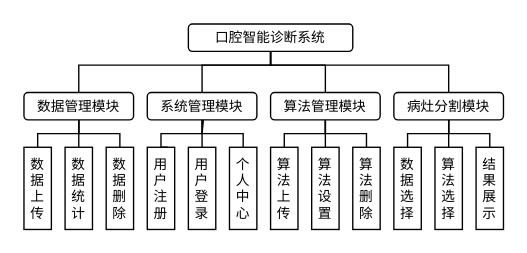
This is page "功能设计图" (2 of 2) of 第五章绘图.drawio from qjl988/drawio, a draw.io file, before an edit. Source tidied: cells renumbered, new cells numbered last; positions are measured from the earlier drawing's top-left corner, leaving out a move shared by most shapes. Both pictures are drawn from the tidied source at 137%, with x=0, y=0 at pixel (23, 23).
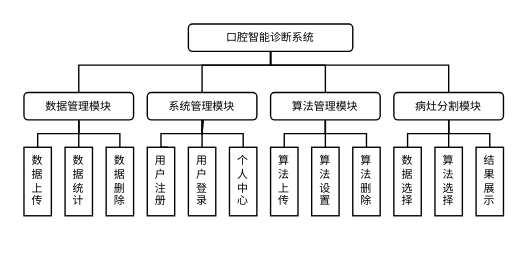
The same page after the edit.

Commit message:
更新第五章绘图.drawio

What changed in the source:
```diff
@@
-    <mxCell id="2" style="edgeStyle=orthogonalEdgeStyle;rounded=0;jettySize=auto;html=1;endArrow=none;endFill=0;fontSize=10;" parent="1" edge="1" source="6" target="8">
+    <mxCell id="2" style="edgeStyle=orthogonalEdgeStyle;rounded=0;jettySize=auto;html=1;endArrow=none;endFill=0;fontSize=8;" parent="1" edge="1" source="6" target="8">
       <mxGeometry relative="1" as="geometry">
         <Array as="points">
           <mxPoint x="180" y="30" />
           <mxPoint x="40" y="30" />
         </Array>
       </mxGeometry>
     </mxCell>
-    <mxCell id="3" style="edgeStyle=orthogonalEdgeStyle;rounded=0;jettySize=auto;html=1;entryX=0.5;entryY=0;entryDx=0;entryDy=0;endArrow=none;endFill=0;fontSize=10;" parent="1" edge="1" source="6" target="9">
+    <mxCell id="3" style="edgeStyle=orthogonalEdgeStyle;rounded=0;jettySize=auto;html=1;entryX=0.5;entryY=0;entryDx=0;entryDy=0;endArrow=none;endFill=0;fontSize=8;" parent="1" edge="1" source="6" target="9">
       <mxGeometry relative="1" as="geometry">
         <Array as="points">
           <mxPoint x="180" y="30" />
           <mxPoint x="130" y="30" />
         </Array>
       </mxGeometry>
     </mxCell>
-    <mxCell id="4" style="edgeStyle=orthogonalEdgeStyle;rounded=0;jettySize=auto;html=1;entryX=0.5;entryY=0;entryDx=0;entryDy=0;endArrow=none;endFill=0;fontSize=10;" parent="1" edge="1" source="6" target="11">
+    <mxCell id="4" style="edgeStyle=orthogonalEdgeStyle;rounded=0;jettySize=auto;html=1;entryX=0.5;entryY=0;entryDx=0;entryDy=0;endArrow=none;endFill=0;fontSize=8;" parent="1" edge="1" source="6" target="11">
       <mxGeometry relative="1" as="geometry">
         <Array as="points">
           <mxPoint x="180" y="30" />
           <mxPoint x="220" y="30" />
         </Array>
       </mxGeometry>
     </mxCell>
-    <mxCell id="5" style="edgeStyle=orthogonalEdgeStyle;rounded=0;jettySize=auto;html=1;entryX=0.5;entryY=0;entryDx=0;entryDy=0;endArrow=none;endFill=0;fontSize=10;" parent="1" edge="1" source="6" target="12">
+    <mxCell id="5" style="edgeStyle=orthogonalEdgeStyle;rounded=0;jettySize=auto;html=1;entryX=0.5;entryY=0;entryDx=0;entryDy=0;endArrow=none;endFill=0;fontSize=8;" parent="1" edge="1" source="6" target="12">
       <mxGeometry relative="1" as="geometry">
         <Array as="points">
           <mxPoint x="180" y="30" />
           <mxPoint x="310" y="30" />
         </Array>
       </mxGeometry>
     </mxCell>
-    <mxCell id="6" value="口腔智能诊断系统" style="rounded=1;whiteSpace=wrap;html=1;fontFamily=宋体;fontSize=10;align=center;" parent="1" vertex="1">
+    <mxCell id="6" value="口腔智能诊断系统" style="rounded=1;whiteSpace=wrap;html=1;fontFamily=宋体;fontSize=8;align=center;" parent="1" vertex="1">
       <mxGeometry x="120" width="120" height="20" as="geometry" />
     </mxCell>
-    <mxCell id="7" style="edgeStyle=orthogonalEdgeStyle;rounded=0;jettySize=auto;html=1;entryX=0.5;entryY=0;entryDx=0;entryDy=0;endArrow=none;endFill=0;endSize=4;fontSize=10;" parent="1" edge="1" source="8" target="33">
+    <mxCell id="7" style="edgeStyle=orthogonalEdgeStyle;rounded=0;jettySize=auto;html=1;entryX=0.5;entryY=0;entryDx=0;entryDy=0;endArrow=none;endFill=0;endSize=4;fontSize=8;" parent="1" edge="1" source="8" target="33">
       <mxGeometry relative="1" as="geometry" />
     </mxCell>
-    <mxCell id="8" value="数据管理模块" style="rounded=1;whiteSpace=wrap;html=1;fontFamily=宋体;fontSize=10;" parent="1" vertex="1">
+    <mxCell id="8" value="数据管理模块" style="rounded=1;whiteSpace=wrap;html=1;fontFamily=宋体;fontSize=8;" parent="1" vertex="1">
       <mxGeometry y="50" width="80" height="20" as="geometry" />
     </mxCell>
-    <mxCell id="9" value="系统管理模块" style="rounded=1;whiteSpace=wrap;html=1;fontFamily=宋体;fontSize=10;" parent="1" vertex="1">
+    <mxCell id="9" value="系统管理模块" style="rounded=1;whiteSpace=wrap;html=1;fontFamily=宋体;fontSize=8;" parent="1" vertex="1">
       <mxGeometry x="90" y="50" width="80" height="20" as="geometry" />
     </mxCell>
-    <mxCell id="10" style="edgeStyle=orthogonalEdgeStyle;rounded=0;jettySize=auto;html=1;entryX=0.5;entryY=0;entryDx=0;entryDy=0;endArrow=none;endFill=0;fontSize=10;" parent="1" edge="1" source="11" target="34">
+    <mxCell id="10" style="edgeStyle=orthogonalEdgeStyle;rounded=0;jettySize=auto;html=1;entryX=0.5;entryY=0;entryDx=0;entryDy=0;endArrow=none;endFill=0;fontSize=8;" parent="1" edge="1" source="11" target="34">
       <mxGeometry relative="1" as="geometry" />
     </mxCell>
-    <mxCell id="11" value="算法管理模块" style="rounded=1;whiteSpace=wrap;html=1;fontFamily=宋体;fontSize=10;" parent="1" vertex="1">
+    <mxCell id="11" value="算法管理模块" style="rounded=1;whiteSpace=wrap;html=1;fontFamily=宋体;fontSize=8;" parent="1" vertex="1">
       <mxGeometry x="180" y="50" width="80" height="20" as="geometry" />
     </mxCell>
-    <mxCell id="12" value="病灶分割模块" style="rounded=1;whiteSpace=wrap;html=1;fontFamily=宋体;fontSize=10;" parent="1" vertex="1">
+    <mxCell id="12" value="病灶分割模块" style="rounded=1;whiteSpace=wrap;html=1;fontFamily=宋体;fontSize=8;" parent="1" vertex="1">
       <mxGeometry x="270" y="50" width="80" height="20" as="geometry" />
     </mxCell>
-    <mxCell id="13" style="edgeStyle=orthogonalEdgeStyle;rounded=0;jettySize=auto;html=1;entryX=0.5;entryY=1;entryDx=0;entryDy=0;endArrow=none;endFill=0;fontSize=10;" parent="1" edge="1" source="14" target="8">
+    <mxCell id="13" style="edgeStyle=orthogonalEdgeStyle;rounded=0;jettySize=auto;html=1;entryX=0.5;entryY=1;entryDx=0;entryDy=0;endArrow=none;endFill=0;fontSize=8;" parent="1" edge="1" source="14" target="8">
       <mxGeometry relative="1" as="geometry">
         <Array as="points">
           <mxPoint x="10" y="80" />
           <mxPoint x="40" y="80" />
         </Array>
       </mxGeometry>
     </mxCell>
-    <mxCell id="14" value="数&lt;div style=&quot;font-size: 10px;&quot;&gt;据&lt;/div&gt;&lt;div style=&quot;font-size: 10px;&quot;&gt;上&lt;/div&gt;&lt;div style=&quot;font-size: 10px;&quot;&gt;传&lt;/div&gt;" style="rounded=0;whiteSpace=wrap;html=1;fontFamily=宋体;fontSize=10;" parent="1" vertex="1">
-      <mxGeometry y="90" width="20" height="60" as="geometry" />
+    <mxCell id="14" value="数&lt;div style=&quot;font-size: 8px;&quot;&gt;据&lt;/div&gt;&lt;div style=&quot;font-size: 8px;&quot;&gt;上&lt;/div&gt;&lt;div style=&quot;font-size: 8px;&quot;&gt;传&lt;/div&gt;" style="rounded=0;whiteSpace=wrap;html=1;fontFamily=宋体;fontSize=8;" parent="1" vertex="1">
+      <mxGeometry y="90" width="20" height="50" as="geometry" />
     </mxCell>
-    <mxCell id="15" style="edgeStyle=orthogonalEdgeStyle;rounded=0;jettySize=auto;html=1;entryX=0.5;entryY=1;entryDx=0;entryDy=0;endArrow=none;endFill=0;fontSize=10;" parent="1" edge="1" source="16" target="8">
+    <mxCell id="15" style="edgeStyle=orthogonalEdgeStyle;rounded=0;jettySize=auto;html=1;entryX=0.5;entryY=1;entryDx=0;entryDy=0;endArrow=none;endFill=0;fontSize=8;" parent="1" edge="1" source="16" target="8">
       <mxGeometry relative="1" as="geometry">
         <Array as="points">
           <mxPoint x="70" y="80" />
           <mxPoint x="40" y="80" />
         </Array>
       </mxGeometry>
     </mxCell>
-    <mxCell id="16" value="数&lt;div style=&quot;font-size: 10px;&quot;&gt;据&lt;/div&gt;&lt;div style=&quot;font-size: 10px;&quot;&gt;删&lt;/div&gt;&lt;div style=&quot;font-size: 10px;&quot;&gt;除&lt;/div&gt;" style="rounded=0;whiteSpace=wrap;html=1;fontFamily=宋体;fontSize=10;" parent="1" vertex="1">
-      <mxGeometry x="60" y="90" width="20" height="60" as="geometry" />
+    <mxCell id="16" value="数&lt;div style=&quot;font-size: 8px;&quot;&gt;据&lt;/div&gt;&lt;div style=&quot;font-size: 8px;&quot;&gt;删&lt;/div&gt;&lt;div style=&quot;font-size: 8px;&quot;&gt;除&lt;/div&gt;" style="rounded=0;whiteSpace=wrap;html=1;fontFamily=宋体;fontSize=8;" parent="1" vertex="1">
+      <mxGeometry x="60" y="90" width="20" height="50" as="geometry" />
     </mxCell>
-    <mxCell id="17" value="用&lt;div style=&quot;font-size: 10px;&quot;&gt;户&lt;/div&gt;&lt;div style=&quot;font-size: 10px;&quot;&gt;注&lt;/div&gt;&lt;div style=&quot;font-size: 10px;&quot;&gt;册&lt;/div&gt;" style="rounded=0;whiteSpace=wrap;html=1;fontFamily=宋体;fontSize=10;" parent="1" vertex="1">
-      <mxGeometry x="90" y="90" width="20" height="60" as="geometry" />
+    <mxCell id="17" value="用&lt;div style=&quot;font-size: 8px;&quot;&gt;户&lt;/div&gt;&lt;div style=&quot;font-size: 8px;&quot;&gt;注&lt;/div&gt;&lt;div style=&quot;font-size: 8px;&quot;&gt;册&lt;/div&gt;" style="rounded=0;whiteSpace=wrap;html=1;fontFamily=宋体;fontSize=8;" parent="1" vertex="1">
+      <mxGeometry x="90" y="90" width="20" height="50" as="geometry" />
     </mxCell>
-    <mxCell id="18" style="edgeStyle=orthogonalEdgeStyle;rounded=0;jettySize=auto;html=1;entryX=0.5;entryY=1;entryDx=0;entryDy=0;endArrow=none;endFill=0;fontSize=10;" parent="1" edge="1" source="19" target="9">
+    <mxCell id="18" style="edgeStyle=orthogonalEdgeStyle;rounded=0;jettySize=auto;html=1;entryX=0.5;entryY=1;entryDx=0;entryDy=0;endArrow=none;endFill=0;fontSize=8;" parent="1" edge="1" source="19" target="9">
       <mxGeometry relative="1" as="geometry" />
     </mxCell>
-    <mxCell id="19" value="用&lt;div style=&quot;font-size: 10px;&quot;&gt;户&lt;/div&gt;&lt;div style=&quot;font-size: 10px;&quot;&gt;登&lt;/div&gt;&lt;div style=&quot;font-size: 10px;&quot;&gt;录&lt;/div&gt;" style="rounded=0;whiteSpace=wrap;html=1;fontFamily=宋体;fontSize=10;" parent="1" vertex="1">
-      <mxGeometry x="120" y="90" width="20" height="60" as="geometry" />
+    <mxCell id="19" value="用&lt;div style=&quot;font-size: 8px;&quot;&gt;户&lt;/div&gt;&lt;div style=&quot;font-size: 8px;&quot;&gt;登&lt;/div&gt;&lt;div style=&quot;font-size: 8px;&quot;&gt;录&lt;/div&gt;" style="rounded=0;whiteSpace=wrap;html=1;fontFamily=宋体;fontSize=8;" parent="1" vertex="1">
+      <mxGeometry x="120" y="90" width="20" height="50" as="geometry" />
     </mxCell>
-    <mxCell id="20" value="个人中心" style="rounded=0;whiteSpace=wrap;html=1;fontFamily=宋体;fontSize=10;" parent="1" vertex="1">
-      <mxGeometry x="150" y="90" width="20" height="60" as="geometry" />
+    <mxCell id="20" value="个&lt;div&gt;人&lt;/div&gt;&lt;div&gt;中&lt;/div&gt;&lt;div&gt;心&lt;/div&gt;" style="rounded=0;whiteSpace=wrap;html=1;fontFamily=宋体;fontSize=8;" parent="1" vertex="1">
+      <mxGeometry x="150" y="90" width="20" height="50" as="geometry" />
     </mxCell>
-    <mxCell id="21" style="edgeStyle=orthogonalEdgeStyle;rounded=0;jettySize=auto;html=1;entryX=0.5;entryY=1;entryDx=0;entryDy=0;endArrow=none;endFill=0;fontSize=10;" parent="1" edge="1" source="22" target="11">
+    <mxCell id="21" style="edgeStyle=orthogonalEdgeStyle;rounded=0;jettySize=auto;html=1;entryX=0.5;entryY=1;entryDx=0;entryDy=0;endArrow=none;endFill=0;fontSize=8;" parent="1" edge="1" source="22" target="11">
       <mxGeometry relative="1" as="geometry">
         <Array as="points">
           <mxPoint x="190" y="80" />
           <mxPoint x="220" y="80" />
         </Array>
       </mxGeometry>
     </mxCell>
-    <mxCell id="22" value="算法上传" style="rounded=0;whiteSpace=wrap;html=1;fontFamily=宋体;fontSize=10;" parent="1" vertex="1">
-      <mxGeometry x="180" y="90" width="20" height="60" as="geometry" />
+    <mxCell id="22" value="算&lt;div&gt;法&lt;/div&gt;&lt;div&gt;上&lt;/div&gt;&lt;div&gt;传&lt;/div&gt;" style="rounded=0;whiteSpace=wrap;html=1;fontFamily=宋体;fontSize=8;" parent="1" vertex="1">
+      <mxGeometry x="180" y="90" width="20" height="50" as="geometry" />
     </mxCell>
-    <mxCell id="23" style="edgeStyle=orthogonalEdgeStyle;rounded=0;jettySize=auto;html=1;entryX=0.5;entryY=1;entryDx=0;entryDy=0;endArrow=none;endFill=0;fontSize=10;" parent="1" edge="1" source="24" target="11">
+    <mxCell id="23" style="edgeStyle=orthogonalEdgeStyle;rounded=0;jettySize=auto;html=1;entryX=0.5;entryY=1;entryDx=0;entryDy=0;endArrow=none;endFill=0;fontSize=8;" parent="1" edge="1" source="24" target="11">
       <mxGeometry relative="1" as="geometry">
         <Array as="points">
           <mxPoint x="250" y="80" />
           <mxPoint x="220" y="80" />
         </Array>
       </mxGeometry>
     </mxCell>
-    <mxCell id="24" value="算法删除" style="rounded=0;whiteSpace=wrap;html=1;fontFamily=宋体;fontSize=10;" parent="1" vertex="1">
-      <mxGeometry x="240" y="90" width="20" height="60" as="geometry" />
+    <mxCell id="24" value="算&lt;div&gt;法&lt;/div&gt;&lt;div&gt;删&lt;/div&gt;&lt;div&gt;除&lt;/div&gt;" style="rounded=0;whiteSpace=wrap;html=1;fontFamily=宋体;fontSize=8;" parent="1" vertex="1">
+      <mxGeometry x="240" y="90" width="20" height="50" as="geometry" />
     </mxCell>
-    <mxCell id="25" style="edgeStyle=orthogonalEdgeStyle;rounded=0;jettySize=auto;html=1;entryX=0.5;entryY=1;entryDx=0;entryDy=0;endArrow=none;endFill=0;fontSize=10;" parent="1" edge="1" source="26" target="12">
+    <mxCell id="25" style="edgeStyle=orthogonalEdgeStyle;rounded=0;jettySize=auto;html=1;entryX=0.5;entryY=1;entryDx=0;entryDy=0;endArrow=none;endFill=0;fontSize=8;" parent="1" edge="1" source="26" target="12">
       <mxGeometry relative="1" as="geometry">
         <Array as="points">
           <mxPoint x="280" y="80" />
           <mxPoint x="310" y="80" />
         </Array>
       </mxGeometry>
     </mxCell>
-    <mxCell id="26" value="数据选择" style="rounded=0;whiteSpace=wrap;html=1;fontFamily=宋体;fontSize=10;" parent="1" vertex="1">
-      <mxGeometry x="270" y="90" width="20" height="60" as="geometry" />
+    <mxCell id="26" value="数&lt;div&gt;据&lt;/div&gt;&lt;div&gt;选&lt;/div&gt;&lt;div&gt;择&lt;/div&gt;" style="rounded=0;whiteSpace=wrap;html=1;fontFamily=宋体;fontSize=8;" parent="1" vertex="1">
+      <mxGeometry x="270" y="90" width="20" height="50" as="geometry" />
     </mxCell>
-    <mxCell id="27" style="edgeStyle=orthogonalEdgeStyle;rounded=0;jettySize=auto;html=1;entryX=0.5;entryY=1;entryDx=0;entryDy=0;endArrow=none;endFill=0;fontSize=10;" parent="1" edge="1" source="28" target="12">
+    <mxCell id="27" style="edgeStyle=orthogonalEdgeStyle;rounded=0;jettySize=auto;html=1;entryX=0.5;entryY=1;entryDx=0;entryDy=0;endArrow=none;endFill=0;fontSize=8;" parent="1" edge="1" source="28" target="12">
       <mxGeometry relative="1" as="geometry">
         <Array as="points">
           <mxPoint x="340" y="80" />
           <mxPoint x="310" y="80" />
         </Array>
       </mxGeometry>
     </mxCell>
-    <mxCell id="28" value="结果展示" style="rounded=0;whiteSpace=wrap;html=1;fontFamily=宋体;fontSize=10;" parent="1" vertex="1">
-      <mxGeometry x="330" y="90" width="20" height="60" as="geometry" />
+    <mxCell id="28" value="结&lt;div&gt;果&lt;/div&gt;&lt;div&gt;展&lt;/div&gt;&lt;div&gt;示&lt;/div&gt;" style="rounded=0;whiteSpace=wrap;html=1;fontFamily=宋体;fontSize=8;" parent="1" vertex="1">
+      <mxGeometry x="330" y="90" width="20" height="50" as="geometry" />
     </mxCell>
-    <mxCell id="29" style="edgeStyle=orthogonalEdgeStyle;rounded=0;jettySize=auto;html=1;entryX=0.5;entryY=1;entryDx=0;entryDy=0;endArrow=none;endFill=0;fontSize=10;" parent="1" edge="1" source="30" target="12">
+    <mxCell id="29" style="edgeStyle=orthogonalEdgeStyle;rounded=0;jettySize=auto;html=1;entryX=0.5;entryY=1;entryDx=0;entryDy=0;endArrow=none;endFill=0;fontSize=8;" parent="1" edge="1" source="30" target="12">
       <mxGeometry relative="1" as="geometry">
         <Array as="points">
           <mxPoint x="310" y="80" />
           <mxPoint x="310" y="80" />
         </Array>
       </mxGeometry>
     </mxCell>
-    <mxCell id="30" value="算法选择" style="rounded=0;whiteSpace=wrap;html=1;fontFamily=宋体;fontSize=10;" parent="1" vertex="1">
-      <mxGeometry x="300" y="90" width="20" height="60" as="geometry" />
+    <mxCell id="30" value="算&lt;div&gt;法&lt;/div&gt;&lt;div&gt;选&lt;/div&gt;&lt;div&gt;择&lt;/div&gt;" style="rounded=0;whiteSpace=wrap;html=1;fontFamily=宋体;fontSize=8;" parent="1" vertex="1">
+      <mxGeometry x="300" y="90" width="20" height="50" as="geometry" />
     </mxCell>
-    <mxCell id="31" style="edgeStyle=orthogonalEdgeStyle;rounded=0;orthogonalLoop=1;jettySize=auto;html=1;entryX=0.5;entryY=1;entryDx=0;entryDy=0;endArrow=none;endFill=0;fontSize=10;" parent="1" edge="1">
+    <mxCell id="31" style="edgeStyle=orthogonalEdgeStyle;rounded=0;orthogonalLoop=1;jettySize=auto;html=1;entryX=0.5;entryY=1;entryDx=0;entryDy=0;endArrow=none;endFill=0;fontSize=8;" parent="1" edge="1">
       <mxGeometry relative="1" as="geometry">
         <mxPoint x="105" y="90" as="sourcePoint" />
         <mxPoint x="130" y="70" as="targetPoint" />
         <Array as="points">
           <mxPoint x="100" y="90" />
           <mxPoint x="100" y="80" />
           <mxPoint x="130" y="80" />
         </Array>
       </mxGeometry>
     </mxCell>
-    <mxCell id="32" style="edgeStyle=orthogonalEdgeStyle;rounded=0;jettySize=auto;html=1;entryX=0.512;entryY=1.002;entryDx=0;entryDy=0;entryPerimeter=0;endArrow=none;endFill=0;fontSize=10;" parent="1" edge="1" source="20" target="9">
+    <mxCell id="32" style="edgeStyle=orthogonalEdgeStyle;rounded=0;jettySize=auto;html=1;entryX=0.512;entryY=1.002;entryDx=0;entryDy=0;entryPerimeter=0;endArrow=none;endFill=0;fontSize=8;" parent="1" edge="1" source="20" target="9">
       <mxGeometry relative="1" as="geometry">
         <Array as="points">
           <mxPoint x="160" y="80" />
           <mxPoint x="130" y="80" />
           <mxPoint x="130" y="70" />
         </Array>
       </mxGeometry>
     </mxCell>
-    <mxCell id="33" value="数据统计" style="rounded=0;whiteSpace=wrap;html=1;fontFamily=宋体;fontSize=10;" parent="1" vertex="1">
-      <mxGeometry x="30" y="90" width="20" height="60" as="geometry" />
+    <mxCell id="33" value="数&lt;div&gt;据&lt;/div&gt;&lt;div&gt;统&lt;/div&gt;&lt;div&gt;计&lt;/div&gt;" style="rounded=0;whiteSpace=wrap;html=1;fontFamily=宋体;fontSize=8;" parent="1" vertex="1">
+      <mxGeometry x="30" y="90" width="20" height="50" as="geometry" />
     </mxCell>
-    <mxCell id="34" value="算法设置" style="rounded=0;whiteSpace=wrap;html=1;fontFamily=宋体;fontSize=10;" parent="1" vertex="1">
-      <mxGeometry x="210" y="90" width="20" height="60" as="geometry" />
+    <mxCell id="34" value="算&lt;div&gt;法&lt;/div&gt;&lt;div&gt;设&lt;/div&gt;&lt;div&gt;置&lt;/div&gt;" style="rounded=0;whiteSpace=wrap;html=1;fontFamily=宋体;fontSize=8;" parent="1" vertex="1">
+      <mxGeometry x="210" y="90" width="20" height="50" as="geometry" />
     </mxCell>
```
